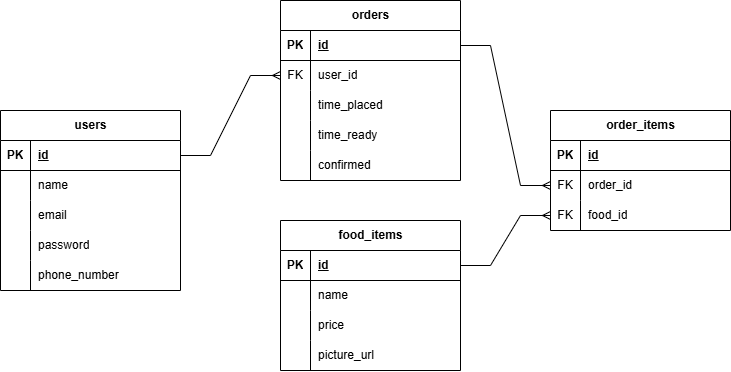
Nesss86/Food-Ordering-App keeps this draw.io diagram as planning/Food_order_app.drawio.png. Above is the earlier version. Source tidied: cells renumbered, new cells last; positions are measured from the earlier drawing's top-left corner, leaving out a move shared by most shapes.
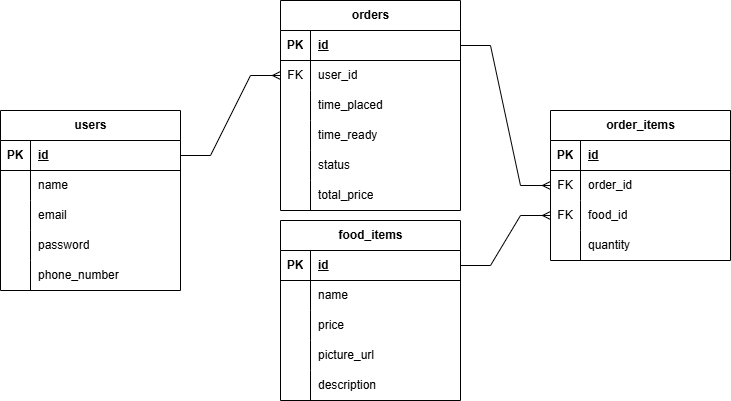
The same file after the commit.

What changed in the source:
```diff
@@ -54,7 +54,7 @@
       <mxGeometry x="30" width="150" height="30" as="geometry" />
     </mxCell>
     <mxCell id="19" value="food_items" style="shape=table;startSize=30;rowLines=0;fontStyle=1;align=center;html=1;" parent="1" vertex="1">
-      <mxGeometry x="280" y="220" width="180" height="150" as="geometry" />
+      <mxGeometry x="280" y="220" width="180" height="180" as="geometry" />
     </mxCell>
     <mxCell id="20" style="shape=tableRow;horizontal=0;startSize=0;swimlaneHead=0;swimlaneBody=0;fillColor=none;points=[[0,0.5],[1,0.5]];portConstraint=eastwest;top=0;left=0;right=0;bottom=1;" parent="19" vertex="1">
       <mxGeometry y="30" width="180" height="30" as="geometry" />
@@ -92,8 +92,17 @@
     <mxCell id="31" value="picture_url" style="shape=partialRectangle;fillColor=none;top=0;left=0;bottom=0;right=0;align=left;spacingLeft=6;overflow=hidden;whiteSpace=wrap;html=1;" parent="29" vertex="1">
       <mxGeometry x="30" width="150" height="30" as="geometry" />
     </mxCell>
+    <mxCell id="60" style="shape=tableRow;horizontal=0;startSize=0;swimlaneHead=0;swimlaneBody=0;fillColor=none;top=0;left=0;right=0;bottom=0;" parent="19" vertex="1">
+      <mxGeometry y="150" width="180" height="30" as="geometry" />
+    </mxCell>
+    <mxCell id="61" style="shape=partialRectangle;fillColor=none;top=0;left=0;bottom=0;right=0;overflow=hidden;whiteSpace=wrap;html=1;" parent="60" vertex="1">
+      <mxGeometry width="30" height="30" as="geometry" />
+    </mxCell>
+    <mxCell id="62" value="description" style="shape=partialRectangle;fillColor=none;top=0;left=0;bottom=0;right=0;align=left;spacingLeft=6;overflow=hidden;whiteSpace=wrap;html=1;" parent="60" vertex="1">
+      <mxGeometry x="30" width="150" height="30" as="geometry" />
+    </mxCell>
     <mxCell id="32" value="orders" style="shape=table;startSize=30;rowLines=0;fontStyle=1;align=center;html=1;" parent="1" vertex="1">
-      <mxGeometry x="280" width="180" height="180" as="geometry" />
+      <mxGeometry x="280" width="180" height="210" as="geometry" />
     </mxCell>
     <mxCell id="33" style="shape=tableRow;horizontal=0;startSize=0;swimlaneHead=0;swimlaneBody=0;fillColor=none;points=[[0,0.5],[1,0.5]];portConstraint=eastwest;top=0;left=0;right=0;bottom=1;" parent="32" vertex="1">
       <mxGeometry y="30" width="180" height="30" as="geometry" />
@@ -137,11 +146,20 @@
     <mxCell id="46" style="shape=partialRectangle;fillColor=none;top=0;left=0;bottom=0;right=0;overflow=hidden;whiteSpace=wrap;html=1;" parent="45" vertex="1">
       <mxGeometry width="30" height="30" as="geometry" />
     </mxCell>
-    <mxCell id="47" value="confirmed" style="shape=partialRectangle;fillColor=none;top=0;left=0;bottom=0;right=0;align=left;spacingLeft=6;overflow=hidden;whiteSpace=wrap;html=1;" parent="45" vertex="1">
+    <mxCell id="47" value="status" style="shape=partialRectangle;fillColor=none;top=0;left=0;bottom=0;right=0;align=left;spacingLeft=6;overflow=hidden;whiteSpace=wrap;html=1;" parent="45" vertex="1">
       <mxGeometry x="30" width="150" height="30" as="geometry" />
     </mxCell>
+    <mxCell id="63" style="shape=tableRow;horizontal=0;startSize=0;swimlaneHead=0;swimlaneBody=0;fillColor=none;top=0;left=0;right=0;bottom=0;" parent="32" vertex="1">
+      <mxGeometry y="180" width="180" height="30" as="geometry" />
+    </mxCell>
+    <mxCell id="64" style="shape=partialRectangle;fillColor=none;top=0;left=0;bottom=0;right=0;overflow=hidden;whiteSpace=wrap;html=1;" parent="63" vertex="1">
+      <mxGeometry width="30" height="30" as="geometry" />
+    </mxCell>
+    <mxCell id="65" value="total_price" style="shape=partialRectangle;fillColor=none;top=0;left=0;bottom=0;right=0;align=left;spacingLeft=6;overflow=hidden;whiteSpace=wrap;html=1;" parent="63" vertex="1">
+      <mxGeometry x="30" width="150" height="30" as="geometry" />
+    </mxCell>
     <mxCell id="48" value="order_items" style="shape=table;startSize=30;rowLines=0;fontStyle=1;align=center;html=1;" parent="1" vertex="1">
-      <mxGeometry x="550" y="110" width="180" height="120" as="geometry" />
+      <mxGeometry x="550" y="110" width="180" height="150" as="geometry" />
     </mxCell>
     <mxCell id="49" style="shape=tableRow;horizontal=0;startSize=0;swimlaneHead=0;swimlaneBody=0;fillColor=none;top=0;left=0;right=0;bottom=1;" parent="48" vertex="1">
       <mxGeometry y="30" width="180" height="30" as="geometry" />
@@ -170,6 +188,15 @@
     <mxCell id="57" value="food_id" style="shape=partialRectangle;fillColor=none;top=0;left=0;bottom=0;right=0;align=left;spacingLeft=6;overflow=hidden;whiteSpace=wrap;html=1;" parent="55" vertex="1">
       <mxGeometry x="30" width="150" height="30" as="geometry" />
     </mxCell>
+    <mxCell id="66" style="shape=tableRow;horizontal=0;startSize=0;swimlaneHead=0;swimlaneBody=0;fillColor=none;top=0;left=0;right=0;bottom=0;" parent="48" vertex="1">
+      <mxGeometry y="120" width="180" height="30" as="geometry" />
+    </mxCell>
+    <mxCell id="67" style="shape=partialRectangle;fillColor=none;top=0;left=0;bottom=0;right=0;overflow=hidden;whiteSpace=wrap;html=1;" parent="66" vertex="1">
+      <mxGeometry width="30" height="30" as="geometry" />
+    </mxCell>
+    <mxCell id="68" value="quantity" style="shape=partialRectangle;fillColor=none;top=0;left=0;bottom=0;right=0;align=left;spacingLeft=6;overflow=hidden;whiteSpace=wrap;html=1;" parent="66" vertex="1">
+      <mxGeometry x="30" width="150" height="30" as="geometry" />
+    </mxCell>
     <mxCell id="58" style="edgeStyle=entityRelationEdgeStyle;fontSize=12;html=1;endArrow=ERmany;rounded=0;exitX=1;exitY=0.5;exitDx=0;exitDy=0;entryX=0;entryY=0.5;entryDx=0;entryDy=0;" parent="1" edge="1" source="4" target="36">
       <mxGeometry relative="1" as="geometry" />
     </mxCell>
```
